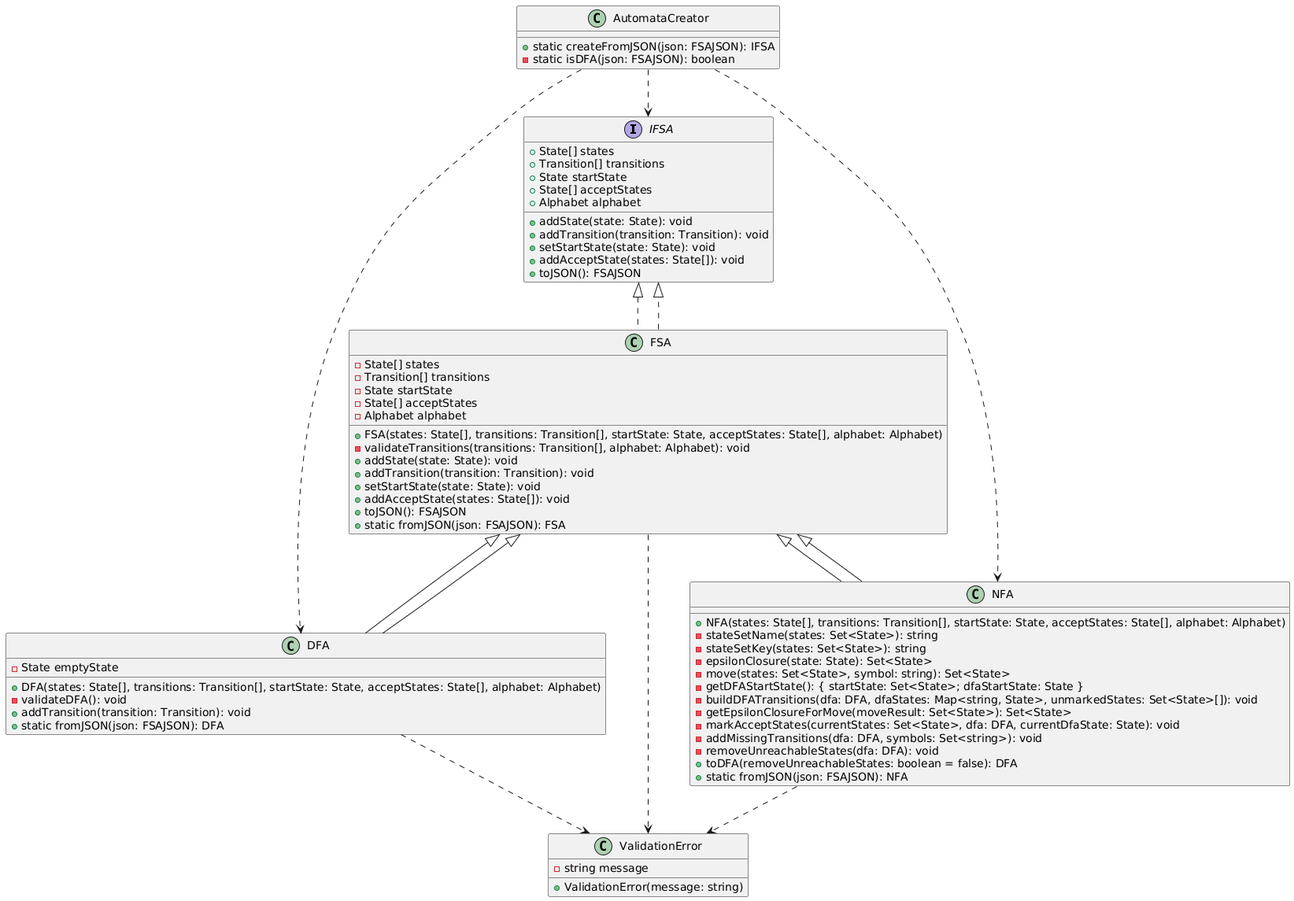
yalperg/otomat keeps this PlantUML diagram as docs/architecture.png. Above is the earlier version.
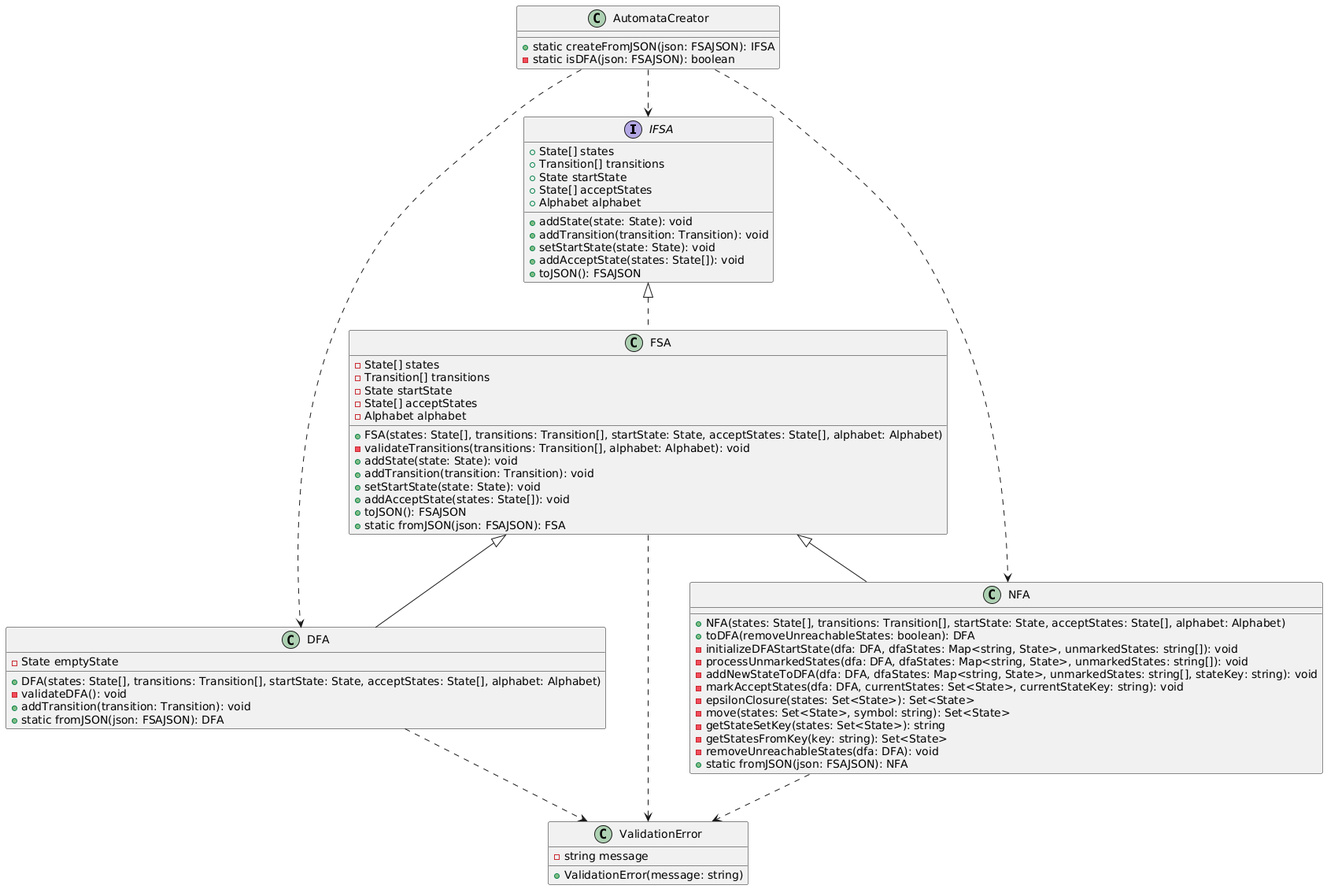
After the commit.

What changed in the source:
```diff
@@ -38,17 +38,16 @@
 
 class NFA extends FSA {
   + NFA(states: State[], transitions: Transition[], startState: State, acceptStates: State[], alphabet: Alphabet)
-  - stateSetName(states: Set<State>): string
-  - stateSetKey(states: Set<State>): string
-  - epsilonClosure(state: State): Set<State>
+  + toDFA(removeUnreachableStates: boolean): DFA
+  - initializeDFAStartState(dfa: DFA, dfaStates: Map<string, State>, unmarkedStates: string[]): void
+  - processUnmarkedStates(dfa: DFA, dfaStates: Map<string, State>, unmarkedStates: string[]): void
+  - addNewStateToDFA(dfa: DFA, dfaStates: Map<string, State>, unmarkedStates: string[], stateKey: string): void
+  - markAcceptStates(dfa: DFA, currentStates: Set<State>, currentStateKey: string): void
+  - epsilonClosure(states: Set<State>): Set<State>
   - move(states: Set<State>, symbol: string): Set<State>
-  - getDFAStartState(): { startState: Set<State>; dfaStartState: State }
-  - buildDFATransitions(dfa: DFA, dfaStates: Map<string, State>, unmarkedStates: Set<State>[]): void
-  - getEpsilonClosureForMove(moveResult: Set<State>): Set<State>
-  - markAcceptStates(currentStates: Set<State>, dfa: DFA, currentDfaState: State): void
-  - addMissingTransitions(dfa: DFA, symbols: Set<string>): void
+  - getStateSetKey(states: Set<State>): string
+  - getStatesFromKey(key: string): Set<State>
   - removeUnreachableStates(dfa: DFA): void
-  + toDFA(removeUnreachableStates: boolean = false): DFA
   + static fromJSON(json: FSAJSON): NFA
 }
 
@@ -63,9 +62,6 @@
 }
 
 
-FSA <|-- DFA
-FSA <|-- NFA
-FSA ..|> IFSA
 FSA ..> ValidationError
 DFA ..> ValidationError
 NFA ..> ValidationError
```
